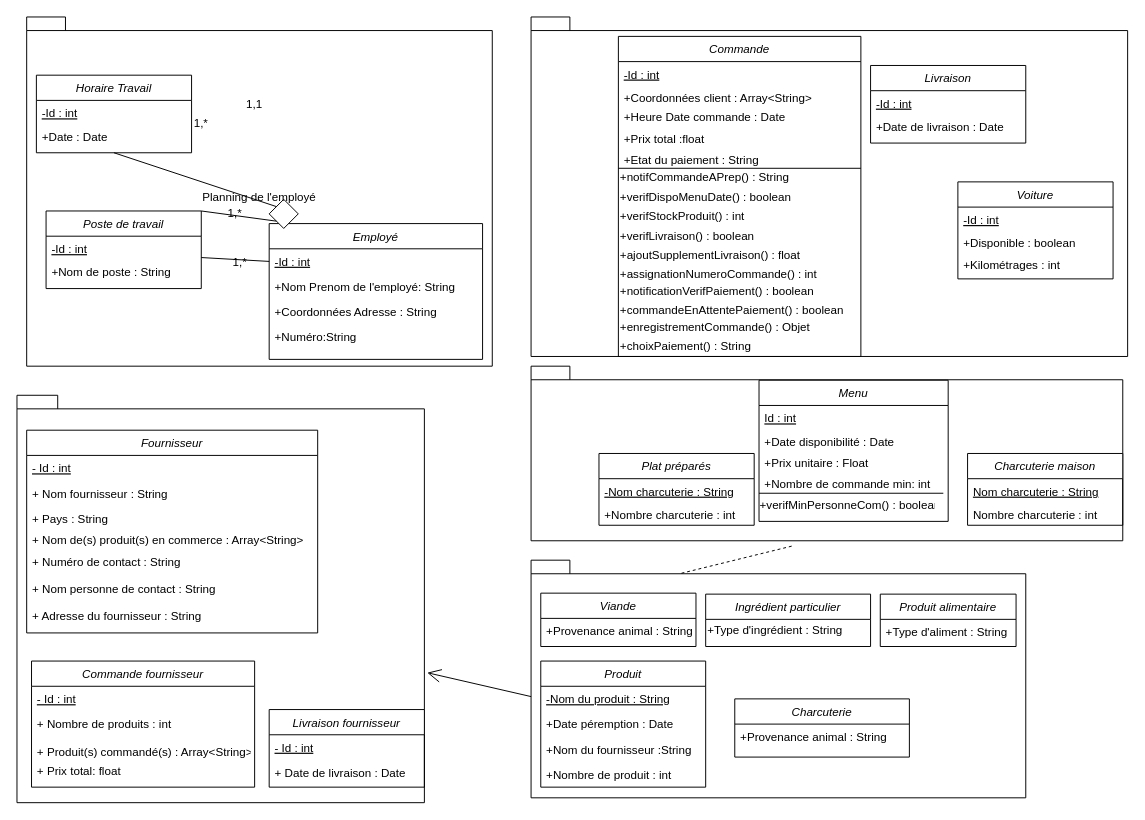
This is diagramme_classe_package.drawio from NHatim/aca, a draw.io file, before an edit. Source tidied: cells renumbered, new cells numbered last; positions are measured from the earlier drawing's top-left corner, leaving out a move shared by most shapes. Both pictures are drawn from the tidied source at 97%, with x=0, y=0 at pixel (16, 16).
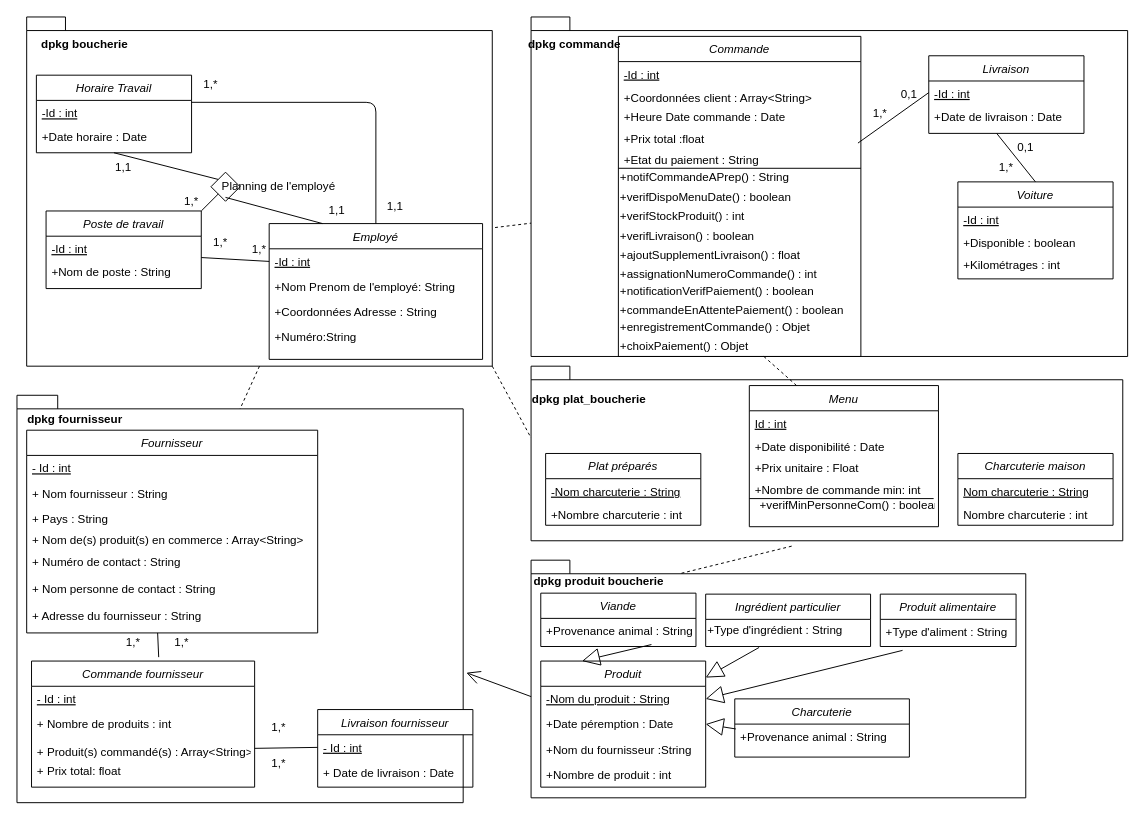
The same page after the edit.

Unchanged cells that the change refers to:
```xml
<mxCell id="2" style="shape=folder;fontStyle=1;spacingTop=10;tabWidth=40;tabHeight=14;tabPosition=left;html=1;" parent="1" vertex="1">
  <mxGeometry x="10" width="480" height="360" as="geometry" />
</mxCell>
<mxCell id="3" style="shape=folder;fontStyle=1;spacingTop=10;tabWidth=40;tabHeight=14;tabPosition=left;html=1;" parent="1" vertex="1">
  <mxGeometry x="530" width="615" height="350" as="geometry" />
</mxCell>
<mxCell id="4" style="shape=folder;fontStyle=1;spacingTop=10;tabWidth=40;tabHeight=14;tabPosition=left;html=1;" parent="1" vertex="1">
  <mxGeometry x="530" y="360" width="610" height="180" as="geometry" />
</mxCell>
<mxCell id="8" value="+Provenance animal : String" style="text;align=left;verticalAlign=top;spacingLeft=4;spacingRight=4;overflow=hidden;points=[[0,0.5],[1,0.5]];portConstraint=eastwest;" parent="7" vertex="1">
  <mxGeometry y="26" width="160" height="26" as="geometry" />
</mxCell>
<mxCell id="16" value="+ Adresse du fournisseur : String" style="text;align=left;verticalAlign=top;spacingLeft=4;spacingRight=4;overflow=hidden;points=[[0,0.5],[1,0.5]];portConstraint=eastwest;fontStyle=0;" parent="9" vertex="1">
  <mxGeometry y="178" width="300" height="28" as="geometry" />
</mxCell>
<mxCell id="17" value="Commande fournisseur" style="swimlane;fontStyle=2;align=center;verticalAlign=top;horizontal=1;startSize=26;rounded=0;shadow=0;strokeWidth=1;" parent="1" vertex="1">
  <mxGeometry x="15" y="664" width="230" height="130" as="geometry" />
</mxCell>
<mxCell id="20" value="+ Produit(s) commandé(s) : Array&lt;String&gt;" style="text;align=left;verticalAlign=top;spacingLeft=4;spacingRight=4;overflow=hidden;points=[[0,0.5],[1,0.5]];portConstraint=eastwest;fontStyle=0;" parent="17" vertex="1">
  <mxGeometry y="80" width="230" height="20" as="geometry" />
</mxCell>
<mxCell id="23" value="- Id : int" style="text;align=left;verticalAlign=top;spacingLeft=4;spacingRight=4;overflow=hidden;points=[[0,0.5],[1,0.5]];portConstraint=eastwest;fontStyle=4;" parent="22" vertex="1">
  <mxGeometry y="26" width="160" height="26" as="geometry" />
</mxCell>
<mxCell id="25" value="Employé" style="swimlane;fontStyle=2;align=center;verticalAlign=top;horizontal=1;startSize=26;rounded=0;shadow=0;strokeWidth=1;" parent="1" vertex="1">
  <mxGeometry x="260" y="213" width="220" height="140" as="geometry" />
</mxCell>
<mxCell id="30" value="Produit" style="swimlane;fontStyle=2;align=center;verticalAlign=top;horizontal=1;startSize=26;rounded=0;shadow=0;strokeWidth=1;" parent="1" vertex="1">
  <mxGeometry x="540" y="664" width="170" height="130" as="geometry" />
</mxCell>
<mxCell id="31" value="-Nom du produit : String" style="text;align=left;verticalAlign=top;spacingLeft=4;spacingRight=4;overflow=hidden;points=[[0,0.5],[1,0.5]];portConstraint=eastwest;fontStyle=4;" parent="30" vertex="1">
  <mxGeometry y="26" width="170" height="26" as="geometry" />
</mxCell>
<mxCell id="32" value="+Date péremption : Date" style="text;align=left;verticalAlign=top;spacingLeft=4;spacingRight=4;overflow=hidden;points=[[0,0.5],[1,0.5]];portConstraint=eastwest;" parent="30" vertex="1">
  <mxGeometry y="52" width="170" height="26" as="geometry" />
</mxCell>
<mxCell id="36" value="+Type d'ingrédient : String" style="text;html=1;strokeColor=none;fillColor=none;align=left;verticalAlign=middle;whiteSpace=wrap;rounded=0;" parent="35" vertex="1">
  <mxGeometry y="26" width="170" height="24" as="geometry" />
</mxCell>
<mxCell id="38" value="+Provenance animal : String" style="text;align=left;verticalAlign=top;spacingLeft=4;spacingRight=4;overflow=hidden;points=[[0,0.5],[1,0.5]];portConstraint=eastwest;" parent="37" vertex="1">
  <mxGeometry y="26" width="180" height="28" as="geometry" />
</mxCell>
<mxCell id="43" value="+Type d'aliment : String" style="text;align=left;verticalAlign=top;spacingLeft=4;spacingRight=4;overflow=hidden;points=[[0,0.5],[1,0.5]];portConstraint=eastwest;" parent="42" vertex="1">
  <mxGeometry y="26" width="140" height="28" as="geometry" />
</mxCell>
<mxCell id="49" value="+Etat du paiement : String" style="text;align=left;verticalAlign=top;spacingLeft=4;spacingRight=4;overflow=hidden;points=[[0,0.5],[1,0.5]];portConstraint=eastwest;" parent="44" vertex="1">
  <mxGeometry y="114" width="250" height="22" as="geometry" />
</mxCell>
<mxCell id="60" value="Voiture" style="swimlane;fontStyle=2;align=center;verticalAlign=top;horizontal=1;startSize=26;rounded=0;shadow=0;strokeWidth=1;" parent="1" vertex="1">
  <mxGeometry x="970" y="170" width="160" height="100" as="geometry" />
</mxCell>
<mxCell id="65" value="-Id : int" style="text;align=left;verticalAlign=top;spacingLeft=4;spacingRight=4;overflow=hidden;points=[[0,0.5],[1,0.5]];portConstraint=eastwest;fontStyle=4;" parent="64" vertex="1">
  <mxGeometry y="26" width="160" height="24" as="geometry" />
</mxCell>
<mxCell id="67" value="Horaire Travail" style="swimlane;fontStyle=2;align=center;verticalAlign=top;horizontal=1;startSize=26;rounded=0;shadow=0;strokeWidth=1;" parent="1" vertex="1">
  <mxGeometry x="20" y="60" width="160" height="80" as="geometry" />
</mxCell>
<mxCell id="68" value="-Id : int" style="text;align=left;verticalAlign=top;spacingLeft=4;spacingRight=4;overflow=hidden;points=[[0,0.5],[1,0.5]];portConstraint=eastwest;fontStyle=4;" parent="67" vertex="1">
  <mxGeometry y="26" width="160" height="24" as="geometry" />
</mxCell>
```

Change to the diagram source:
```diff
@@
     <mxCell id="5" style="shape=folder;fontStyle=1;spacingTop=10;tabWidth=40;tabHeight=14;tabPosition=left;html=1;" parent="1" vertex="1">
-      <mxGeometry y="390" width="420" height="420" as="geometry" />
+      <mxGeometry y="390" width="460" height="420" as="geometry" />
     </mxCell>
@@
     <mxCell id="22" value="Livraison fournisseur" style="swimlane;fontStyle=2;align=center;verticalAlign=top;horizontal=1;startSize=26;rounded=0;shadow=0;strokeWidth=1;" parent="1" vertex="1">
-      <mxGeometry x="260" y="714" width="160" height="80" as="geometry" />
+      <mxGeometry x="310" y="714" width="160" height="80" as="geometry" />
     </mxCell>
@@
     <mxCell id="39" value="Charcuterie maison" style="swimlane;fontStyle=2;align=center;verticalAlign=top;horizontal=1;startSize=26;rounded=0;shadow=0;strokeWidth=1;" parent="1" vertex="1">
-      <mxGeometry x="980" y="450" width="160" height="74" as="geometry" />
+      <mxGeometry x="970" y="450" width="160" height="74" as="geometry" />
     </mxCell>
@@
     <mxCell id="51" value="Menu" style="swimlane;fontStyle=2;align=center;verticalAlign=top;horizontal=1;startSize=26;rounded=0;shadow=0;strokeWidth=1;" parent="1" vertex="1">
-      <mxGeometry x="765" y="374.5" width="195" height="145.5" as="geometry" />
+      <mxGeometry x="755" y="380" width="195" height="145.5" as="geometry" />
     </mxCell>
@@
     <mxCell id="57" value="Plat préparés" style="swimlane;fontStyle=2;align=center;verticalAlign=top;horizontal=1;startSize=26;rounded=0;shadow=0;strokeWidth=1;" parent="1" vertex="1">
-      <mxGeometry x="600" y="450" width="160" height="74" as="geometry" />
+      <mxGeometry x="545" y="450" width="160" height="74" as="geometry" />
     </mxCell>
@@
     <mxCell id="64" value="Livraison" style="swimlane;fontStyle=2;align=center;verticalAlign=top;horizontal=1;startSize=26;rounded=0;shadow=0;strokeWidth=1;" parent="1" vertex="1">
-      <mxGeometry x="880" y="50" width="160" height="80" as="geometry" />
+      <mxGeometry x="940" y="40" width="160" height="80" as="geometry" />
     </mxCell>
@@
-    <mxCell id="69" value="+Date : Date" style="text;align=left;verticalAlign=top;spacingLeft=4;spacingRight=4;overflow=hidden;" parent="67" vertex="1">
+    <mxCell id="69" value="+Date horaire : Date" style="text;align=left;verticalAlign=top;spacingLeft=4;spacingRight=4;overflow=hidden;" parent="67" vertex="1">
       <mxGeometry y="50" width="160" height="22" as="geometry" />
     </mxCell>
@@
     <mxCell id="75" value="1,*" style="text;html=1;strokeColor=none;fillColor=none;align=center;verticalAlign=middle;whiteSpace=wrap;rounded=0;" parent="1" vertex="1">
-      <mxGeometry x="170" y="100" width="40" height="20" as="geometry" />
+      <mxGeometry x="160" y="180" width="40" height="20" as="geometry" />
     </mxCell>
     <mxCell id="76" style="rhombus;whiteSpace=wrap;html=1;" parent="1" vertex="1">
-      <mxGeometry x="260" y="188" width="30" height="30" as="geometry" />
+      <mxGeometry x="200" y="160" width="30" height="30" as="geometry" />
     </mxCell>
@@
     <mxCell id="78" value="Planning de l'employé" style="text;html=1;strokeColor=none;fillColor=none;align=center;verticalAlign=middle;whiteSpace=wrap;rounded=0;" parent="1" vertex="1">
-      <mxGeometry x="180" y="176" width="140" height="20" as="geometry" />
+      <mxGeometry x="200" y="165" width="140" height="20" as="geometry" />
     </mxCell>
@@
     <mxCell id="80" value="1,*" style="text;html=1;strokeColor=none;fillColor=none;align=center;verticalAlign=middle;whiteSpace=wrap;rounded=0;" parent="1" vertex="1">
-      <mxGeometry x="210" y="243" width="40" height="20" as="geometry" />
+      <mxGeometry x="230" y="230" width="40" height="20" as="geometry" />
     </mxCell>
     <mxCell id="81" value="1,*" style="text;html=1;strokeColor=none;fillColor=none;align=center;verticalAlign=middle;whiteSpace=wrap;rounded=0;" parent="1" vertex="1">
-      <mxGeometry x="205" y="193" width="40" height="20" as="geometry" />
+      <mxGeometry x="190" y="223" width="40" height="20" as="geometry" />
     </mxCell>
     <mxCell id="82" value="1,1" style="text;html=1;strokeColor=none;fillColor=none;align=center;verticalAlign=middle;whiteSpace=wrap;rounded=0;" parent="1" vertex="1">
-      <mxGeometry x="225" y="80" width="40" height="20" as="geometry" />
+      <mxGeometry x="90" y="145" width="40" height="20" as="geometry" />
     </mxCell>
@@
-    <mxCell id="95" value="+&lt;span style=&quot;background-color: rgb(255 , 255 , 255)&quot;&gt;choixPaiement&lt;/span&gt;() : String" style="text;html=1;strokeColor=none;fillColor=none;align=left;verticalAlign=middle;whiteSpace=wrap;rounded=0;" parent="1" vertex="1">
+    <mxCell id="95" value="+&lt;span style=&quot;background-color: rgb(255 , 255 , 255)&quot;&gt;choixPaiement&lt;/span&gt;() : Objet" style="text;html=1;strokeColor=none;fillColor=none;align=left;verticalAlign=middle;whiteSpace=wrap;rounded=0;" parent="1" vertex="1">
       <mxGeometry x="620" y="330" width="240" height="20" as="geometry" />
     </mxCell>
+    <mxCell id="96" style="endArrow=none;html=1;entryX=0;entryY=0.5;entryDx=0;entryDy=0;exitX=0.988;exitY=-0.182;exitDx=0;exitDy=0;exitPerimeter=0;" parent="1" edge="1" source="49" target="65">
+      <mxGeometry relative="1" as="geometry" />
+    </mxCell>
+    <mxCell id="97" style="endArrow=none;html=1;entryX=0.5;entryY=0;entryDx=0;entryDy=0;" parent="1" edge="1" target="60">
+      <mxGeometry relative="1" as="geometry">
+        <mxPoint x="1010" y="120" as="sourcePoint" />
+      </mxGeometry>
+    </mxCell>
+    <mxCell id="98" style="endArrow=none;dashed=1;html=1;entryX=0.25;entryY=0;entryDx=0;entryDy=0;exitX=0.625;exitY=1;exitDx=0;exitDy=0;exitPerimeter=0;" parent="1" edge="1" source="95" target="51">
+      <mxGeometry relative="1" as="geometry" />
+    </mxCell>
+    <mxCell id="99" style="endArrow=none;dashed=1;html=1;entryX=0;entryY=0;entryDx=230;entryDy=14;exitX=0.5;exitY=1;exitDx=0;exitDy=0;exitPerimeter=0;entryPerimeter=0;" parent="1" edge="1" source="2" target="5">
+      <mxGeometry relative="1" as="geometry" />
+    </mxCell>
+    <mxCell id="100" style="endArrow=none;dashed=1;html=1;exitX=1.006;exitY=0.603;exitDx=0;exitDy=0;exitPerimeter=0;" parent="1" edge="1" source="2" target="3">
+      <mxGeometry relative="1" as="geometry" />
+    </mxCell>
+    <mxCell id="101" style="endArrow=none;dashed=1;html=1;exitX=0;exitY=0;exitDx=480;exitDy=360;exitPerimeter=0;entryX=0;entryY=0.411;entryDx=0;entryDy=0;entryPerimeter=0;" parent="1" edge="1" source="2" target="4">
+      <mxGeometry relative="1" as="geometry" />
+    </mxCell>
+    <mxCell id="102" style="endArrow=none;html=1;entryX=1;entryY=0.083;entryDx=0;entryDy=0;entryPerimeter=0;exitX=0.5;exitY=0;exitDx=0;exitDy=0;" parent="1" edge="1" source="25" target="68">
+      <mxGeometry relative="1" as="geometry">
+        <Array as="points">
+          <mxPoint x="370" y="88" />
+        </Array>
+      </mxGeometry>
+    </mxCell>
+    <mxCell id="103" style="endArrow=none;html=1;exitX=0.107;exitY=1.05;exitDx=0;exitDy=0;exitPerimeter=0;entryX=0.25;entryY=0;entryDx=0;entryDy=0;" parent="1" edge="1" source="78" target="25">
+      <mxGeometry relative="1" as="geometry" />
+    </mxCell>
+    <mxCell id="104" style="endArrow=none;html=1;exitX=0.45;exitY=1.107;exitDx=0;exitDy=0;exitPerimeter=0;entryX=0.57;entryY=-0.031;entryDx=0;entryDy=0;entryPerimeter=0;" parent="1" edge="1" source="16" target="17">
+      <mxGeometry relative="1" as="geometry" />
+    </mxCell>
+    <mxCell id="105" style="endArrow=none;html=1;exitX=1;exitY=0.5;exitDx=0;exitDy=0;entryX=0;entryY=0.5;entryDx=0;entryDy=0;" parent="1" edge="1" source="20" target="23">
+      <mxGeometry relative="1" as="geometry" />
+    </mxCell>
+    <mxCell id="106" value="&lt;br&gt;" style="endArrow=block;endSize=16;endFill=0;html=1;exitX=0.713;exitY=1.038;exitDx=0;exitDy=0;exitPerimeter=0;entryX=0.25;entryY=0;entryDx=0;entryDy=0;" parent="1" edge="1" source="8" target="30">
+      <mxGeometry relative="1" as="geometry" />
+    </mxCell>
+    <mxCell id="107" value="&lt;br&gt;" style="endArrow=block;endSize=16;endFill=0;html=1;exitX=0.324;exitY=1.208;exitDx=0;exitDy=0;exitPerimeter=0;" parent="1" edge="1" source="36" target="30">
+      <mxGeometry relative="1" as="geometry" />
+    </mxCell>
+    <mxCell id="108" value="&lt;br&gt;" style="endArrow=block;endSize=16;endFill=0;html=1;exitX=0.006;exitY=0.179;exitDx=0;exitDy=0;exitPerimeter=0;entryX=1;entryY=0.5;entryDx=0;entryDy=0;" parent="1" edge="1" source="38" target="32">
+      <mxGeometry relative="1" as="geometry" />
+    </mxCell>
+    <mxCell id="109" value="&lt;br&gt;" style="endArrow=block;endSize=16;endFill=0;html=1;exitX=0.164;exitY=1.143;exitDx=0;exitDy=0;exitPerimeter=0;entryX=1;entryY=0.5;entryDx=0;entryDy=0;" parent="1" edge="1" source="43" target="31">
+      <mxGeometry relative="1" as="geometry" />
+    </mxCell>
+    <mxCell id="110" value="1,*" style="text;html=1;strokeColor=none;fillColor=none;align=center;verticalAlign=middle;whiteSpace=wrap;rounded=0;" parent="1" vertex="1">
+      <mxGeometry x="150" y="635" width="40" height="20" as="geometry" />
+    </mxCell>
+    <mxCell id="111" value="1,*" style="text;html=1;strokeColor=none;fillColor=none;align=center;verticalAlign=middle;whiteSpace=wrap;rounded=0;" parent="1" vertex="1">
+      <mxGeometry x="100" y="635" width="40" height="20" as="geometry" />
+    </mxCell>
+    <mxCell id="112" value="1,*" style="text;html=1;strokeColor=none;fillColor=none;align=center;verticalAlign=middle;whiteSpace=wrap;rounded=0;" parent="1" vertex="1">
+      <mxGeometry x="250" y="723" width="40" height="20" as="geometry" />
+    </mxCell>
+    <mxCell id="113" value="1,*" style="text;html=1;strokeColor=none;fillColor=none;align=center;verticalAlign=middle;whiteSpace=wrap;rounded=0;" parent="1" vertex="1">
+      <mxGeometry x="250" y="760" width="40" height="20" as="geometry" />
+    </mxCell>
+    <mxCell id="114" value="1,*" style="text;html=1;strokeColor=none;fillColor=none;align=center;verticalAlign=middle;whiteSpace=wrap;rounded=0;" parent="1" vertex="1">
+      <mxGeometry x="1000" y="145" width="40" height="20" as="geometry" />
+    </mxCell>
+    <mxCell id="115" value="0,1" style="text;html=1;strokeColor=none;fillColor=none;align=center;verticalAlign=middle;whiteSpace=wrap;rounded=0;" parent="1" vertex="1">
+      <mxGeometry x="1020" y="125" width="40" height="20" as="geometry" />
+    </mxCell>
+    <mxCell id="116" value="1,*" style="text;html=1;strokeColor=none;fillColor=none;align=center;verticalAlign=middle;whiteSpace=wrap;rounded=0;" parent="1" vertex="1">
+      <mxGeometry x="870" y="90" width="40" height="20" as="geometry" />
+    </mxCell>
+    <mxCell id="117" value="0,1" style="text;html=1;strokeColor=none;fillColor=none;align=center;verticalAlign=middle;whiteSpace=wrap;rounded=0;" parent="1" vertex="1">
+      <mxGeometry x="900" y="70" width="40" height="20" as="geometry" />
+    </mxCell>
+    <mxCell id="118" value="1,1" style="text;html=1;strokeColor=none;fillColor=none;align=center;verticalAlign=middle;whiteSpace=wrap;rounded=0;" parent="1" vertex="1">
+      <mxGeometry x="370" y="185" width="40" height="20" as="geometry" />
+    </mxCell>
+    <mxCell id="119" value="1,*" style="text;html=1;strokeColor=none;fillColor=none;align=center;verticalAlign=middle;whiteSpace=wrap;rounded=0;" parent="1" vertex="1">
+      <mxGeometry x="180" y="60" width="40" height="20" as="geometry" />
+    </mxCell>
+    <mxCell id="120" value="1,1" style="text;html=1;strokeColor=none;fillColor=none;align=center;verticalAlign=middle;whiteSpace=wrap;rounded=0;" parent="1" vertex="1">
+      <mxGeometry x="310" y="190" width="40" height="20" as="geometry" />
+    </mxCell>
+    <mxCell id="121" value="dpkg fournisseur" style="text;align=center;fontStyle=1;verticalAlign=middle;spacingLeft=3;spacingRight=3;strokeColor=none;" parent="1" vertex="1">
+      <mxGeometry y="401" width="120" height="26" as="geometry" />
+    </mxCell>
+    <mxCell id="122" value="dpkg boucherie" style="text;align=center;fontStyle=1;verticalAlign=middle;spacingLeft=3;spacingRight=3;strokeColor=none;" parent="1" vertex="1">
+      <mxGeometry x="10" y="14" width="120" height="26" as="geometry" />
+    </mxCell>
+    <mxCell id="123" value="dpkg commande" style="text;align=center;fontStyle=1;verticalAlign=middle;spacingLeft=3;spacingRight=3;strokeColor=none;" parent="1" vertex="1">
+      <mxGeometry x="515" y="14" width="120" height="26" as="geometry" />
+    </mxCell>
+    <mxCell id="124" value="dpkg plat_boucherie" style="text;align=center;fontStyle=1;verticalAlign=middle;spacingLeft=3;spacingRight=3;strokeColor=none;" parent="1" vertex="1">
+      <mxGeometry x="530" y="380" width="120" height="26" as="geometry" />
+    </mxCell>
+    <mxCell id="125" value="dpkg produit boucherie" style="text;align=center;fontStyle=1;verticalAlign=middle;spacingLeft=3;spacingRight=3;strokeColor=none;" parent="1" vertex="1">
+      <mxGeometry x="540" y="568" width="120" height="26" as="geometry" />
+    </mxCell>
```
